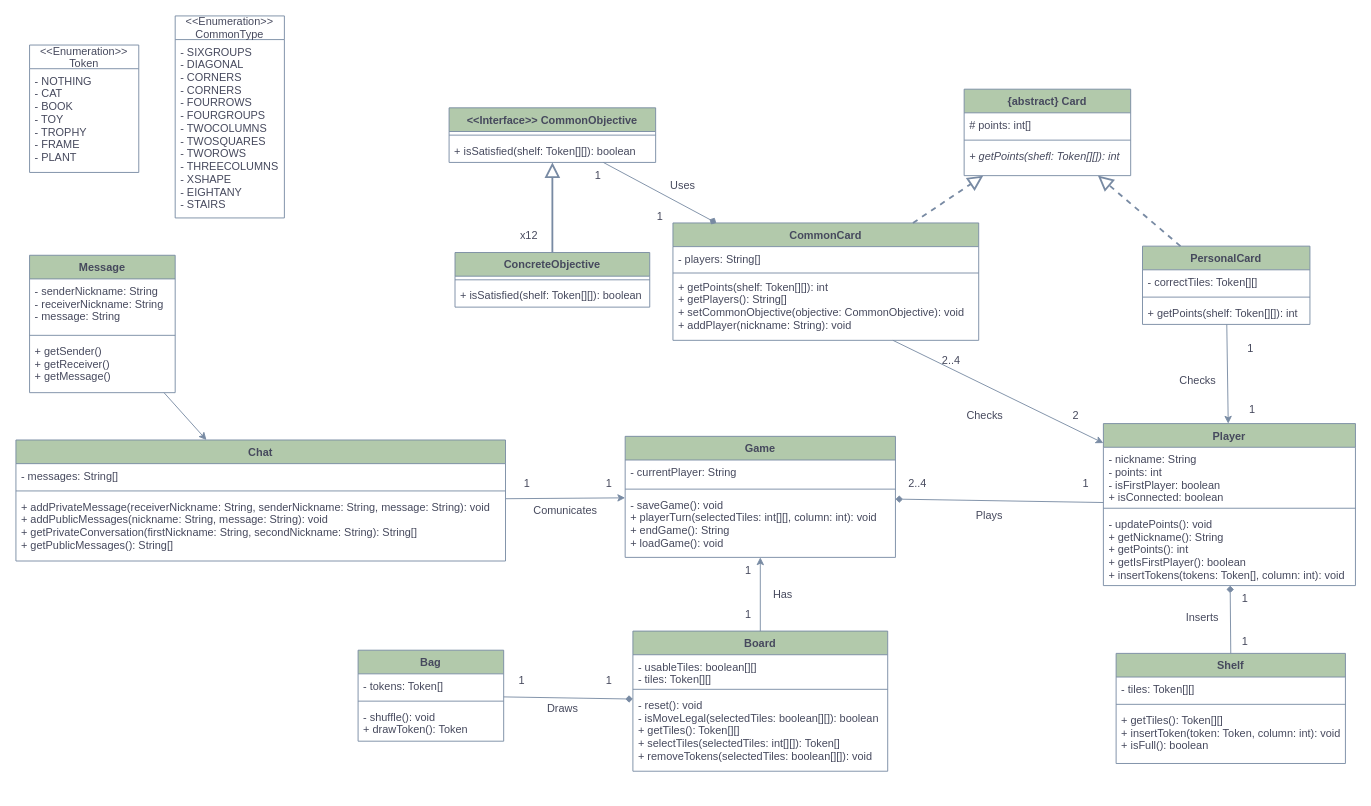
Above: class_diagram.drawio in GabrieleGessaghi/ing-sw-2023-gessaghi-fontanive-giuliani-galante (draw.io), before the change. Source tidied: cells renumbered, new cells numbered last; positions are measured from the earlier drawing's top-left corner, leaving out a move shared by most shapes. Both pictures are drawn from the tidied source at 91%, with x=0, y=0 at pixel (15, 15).
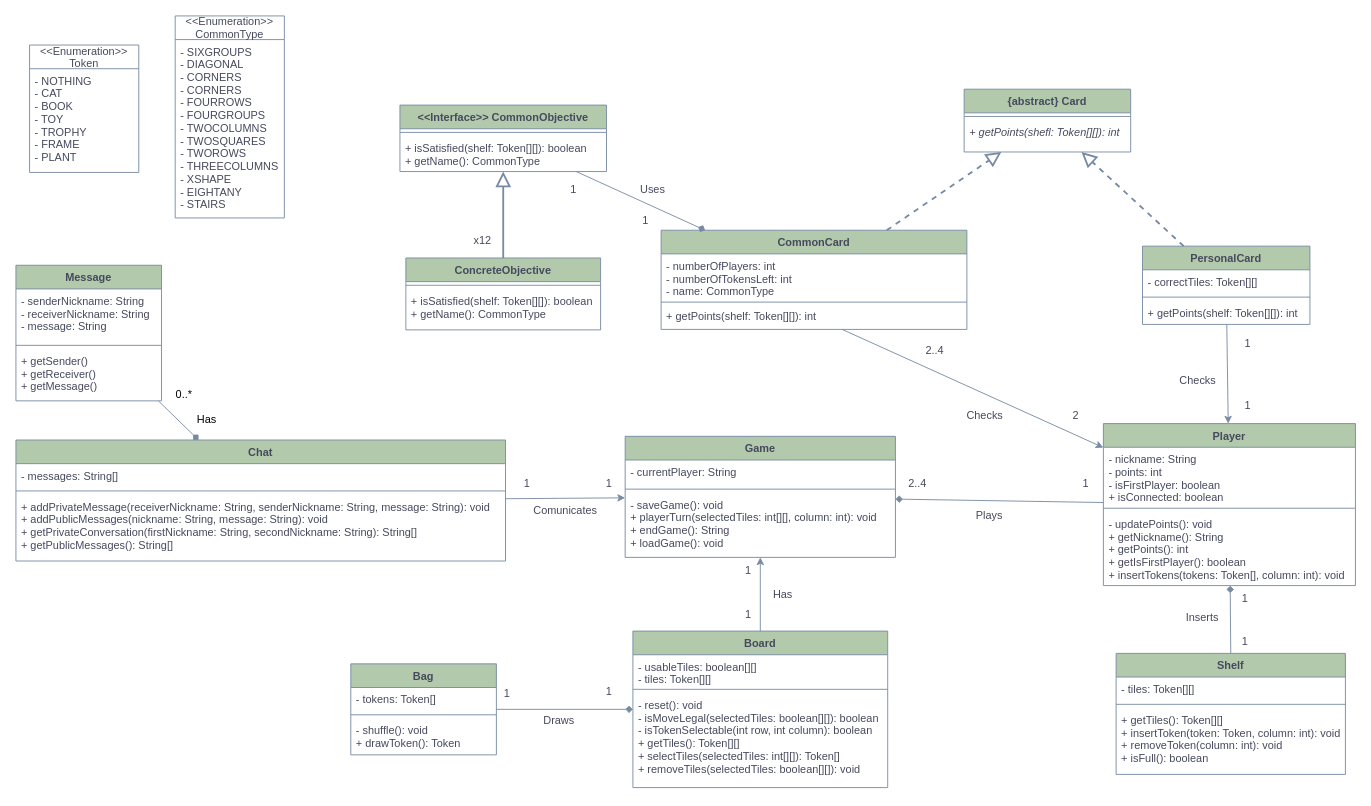
The same diagram, later.

Commit message (it also covers changes not shown here):
Updated Class Diagram

The change refers to these unchanged cells:
```xml
<mxCell id="20" value="PersonalCard" style="swimlane;fontStyle=1;align=center;verticalAlign=top;horizontal=1;startSize=26;labelBackgroundColor=none;fillColor=#B2C9AB;strokeColor=#788AA3;fontColor=#46495D;" parent="1" vertex="1">
  <mxGeometry x="1238" y="253" width="184" height="86" as="geometry" />
</mxCell>
<mxCell id="75" value="Chat" style="swimlane;fontStyle=1;align=center;verticalAlign=top;horizontal=1;startSize=26;strokeColor=#788AA3;fontColor=#46495D;fillColor=#B2C9AB;labelBackgroundColor=none;" parent="1" vertex="1">
  <mxGeometry y="466" width="538" height="133" as="geometry" />
</mxCell>
```

What changed in the source:
```diff
@@
     <mxCell id="6" value="Shelf" style="swimlane;fontStyle=1;align=center;verticalAlign=top;horizontal=1;startSize=26;labelBackgroundColor=none;fillColor=#B2C9AB;strokeColor=#788AA3;fontColor=#46495D;" parent="1" vertex="1">
-      <mxGeometry x="1209" y="700.5" width="252" height="121" as="geometry" />
+      <mxGeometry x="1209" y="700.5" width="252" height="133" as="geometry" />
     </mxCell>
@@
-    <mxCell id="9" value="+ getTiles(): Token[][]&#10;+ insertToken(token: Token, column: int): void&#10;+ isFull(): boolean" style="text;strokeColor=none;fillColor=none;align=left;verticalAlign=top;spacingLeft=4;spacingRight=4;overflow=hidden;labelBackgroundColor=none;fontColor=#46495D;" parent="6" vertex="1">
-      <mxGeometry y="60" width="252" height="61" as="geometry" />
+    <mxCell id="9" value="+ getTiles(): Token[][]&#10;+ insertToken(token: Token, column: int): void&#10;+ removeToken(column: int): void&#10;+ isFull(): boolean" style="text;strokeColor=none;fillColor=none;align=left;verticalAlign=top;spacingLeft=4;spacingRight=4;overflow=hidden;labelBackgroundColor=none;fontColor=#46495D;" parent="6" vertex="1">
+      <mxGeometry y="60" width="252" height="73" as="geometry" />
     </mxCell>
@@
     <mxCell id="12" value="Bag" style="swimlane;fontStyle=1;align=center;verticalAlign=top;horizontal=1;startSize=26;labelBackgroundColor=none;fillColor=#B2C9AB;strokeColor=#788AA3;fontColor=#46495D;" parent="1" vertex="1">
-      <mxGeometry x="376" y="697" width="160" height="100" as="geometry" />
+      <mxGeometry x="368" y="712" width="160" height="100" as="geometry" />
     </mxCell>
@@
     <mxCell id="16" value="Board" style="swimlane;fontStyle=1;align=center;verticalAlign=top;horizontal=1;startSize=26;labelBackgroundColor=none;fillColor=#B2C9AB;strokeColor=#788AA3;fontColor=#46495D;" parent="1" vertex="1">
-      <mxGeometry x="678" y="676" width="280" height="154" as="geometry" />
+      <mxGeometry x="678" y="676" width="280" height="172" as="geometry" />
     </mxCell>
@@
-    <mxCell id="19" value="- reset(): void&#10;- isMoveLegal(selectedTiles: boolean[][]): boolean&#10;+ getTiles(): Token[][]&#10;+ selectTiles(selectedTiles: int[][]): Token[]&#10;+ removeTokens(selectedTiles: boolean[][]): void" style="text;strokeColor=none;fillColor=none;align=left;verticalAlign=top;spacingLeft=4;spacingRight=4;overflow=hidden;labelBackgroundColor=none;fontColor=#46495D;" parent="16" vertex="1">
-      <mxGeometry y="68" width="280" height="86" as="geometry" />
+    <mxCell id="19" value="- reset(): void&#10;- isMoveLegal(selectedTiles: boolean[][]): boolean&#10;- isTokenSelectable(int row, int column): boolean&#10;+ getTiles(): Token[][]&#10;+ selectTiles(selectedTiles: int[][]): Token[]&#10;+ removeTiles(selectedTiles: boolean[][]): void" style="text;strokeColor=none;fillColor=none;align=left;verticalAlign=top;spacingLeft=4;spacingRight=4;overflow=hidden;labelBackgroundColor=none;fontColor=#46495D;" parent="16" vertex="1">
+      <mxGeometry y="68" width="280" height="104" as="geometry" />
     </mxCell>
@@
-    <mxCell id="21" value="- correctTiles: Token[][]&#10;" style="text;strokeColor=none;fillColor=none;align=left;verticalAlign=top;spacingLeft=4;spacingRight=4;overflow=hidden;labelBackgroundColor=none;fontColor=#46495D;" parent="20" vertex="1">
+    <mxCell id="21" value="- correctTiles: Token[][]" style="text;strokeColor=none;fillColor=none;align=left;verticalAlign=top;spacingLeft=4;spacingRight=4;overflow=hidden;labelBackgroundColor=none;fontColor=#46495D;" parent="20" vertex="1">
       <mxGeometry y="26" width="184" height="26" as="geometry" />
     </mxCell>
@@
     <mxCell id="24" value="CommonCard" style="swimlane;fontStyle=1;align=center;verticalAlign=top;horizontal=1;startSize=26;labelBackgroundColor=none;fillColor=#B2C9AB;strokeColor=#788AA3;fontColor=#46495D;" parent="1" vertex="1">
-      <mxGeometry x="722" y="227.5" width="336" height="129" as="geometry" />
+      <mxGeometry x="709" y="235.5" width="336" height="109" as="geometry" />
     </mxCell>
-    <mxCell id="25" value="- players: String[]" style="text;strokeColor=none;fillColor=none;align=left;verticalAlign=top;spacingLeft=4;spacingRight=4;overflow=hidden;labelBackgroundColor=none;fontColor=#46495D;" parent="24" vertex="1">
-      <mxGeometry y="26" width="336" height="27" as="geometry" />
+    <mxCell id="25" value="- numberOfPlayers: int&#10;- numberOfTokensLeft: int&#10;- name: CommonType" style="text;strokeColor=none;fillColor=none;align=left;verticalAlign=top;spacingLeft=4;spacingRight=4;overflow=hidden;labelBackgroundColor=none;fontColor=#46495D;" parent="24" vertex="1">
+      <mxGeometry y="26" width="336" height="51" as="geometry" />
     </mxCell>
     <mxCell id="26" style="line;strokeWidth=1;fillColor=none;align=left;verticalAlign=middle;spacingTop=-1;spacingLeft=3;spacingRight=3;labelPosition=right;labelBackgroundColor=none;strokeColor=#788AA3;fontColor=#46495D;" parent="24" vertex="1">
-      <mxGeometry y="53" width="336" height="4" as="geometry" />
+      <mxGeometry y="77" width="336" height="4" as="geometry" />
     </mxCell>
-    <mxCell id="27" value="+ getPoints(shelf: Token[][]): int&#10;+ getPlayers(): String[]&#10;+ setCommonObjective(objective: CommonObjective): void&#10;+ addPlayer(nickname: String): void&#10;" style="text;strokeColor=none;fillColor=none;align=left;verticalAlign=top;spacingLeft=4;spacingRight=4;overflow=hidden;points=[[0,0.5],[1,0.5]];portConstraint=eastwest;labelBackgroundColor=none;fontColor=#46495D;" parent="24" vertex="1">
-      <mxGeometry y="57" width="336" height="72" as="geometry" />
+    <mxCell id="27" value="+ getPoints(shelf: Token[][]): int&#10;" style="text;strokeColor=none;fillColor=none;align=left;verticalAlign=top;spacingLeft=4;spacingRight=4;overflow=hidden;points=[[0,0.5],[1,0.5]];portConstraint=eastwest;labelBackgroundColor=none;fontColor=#46495D;" parent="24" vertex="1">
+      <mxGeometry y="81" width="336" height="28" as="geometry" />
     </mxCell>
@@
     <mxCell id="37" value="1" style="text;html=1;strokeColor=none;fillColor=none;align=center;verticalAlign=middle;whiteSpace=wrap;rounded=0;labelBackgroundColor=none;fontColor=#46495D;" parent="1" vertex="1">
-      <mxGeometry x="526" y="716" width="60" height="30" as="geometry" />
+      <mxGeometry x="510" y="730" width="60" height="30" as="geometry" />
     </mxCell>
     <mxCell id="38" value="1" style="text;html=1;strokeColor=none;fillColor=none;align=center;verticalAlign=middle;whiteSpace=wrap;rounded=0;labelBackgroundColor=none;fontColor=#46495D;" parent="1" vertex="1">
-      <mxGeometry x="622" y="716" width="60" height="30" as="geometry" />
+      <mxGeometry x="622" y="728" width="60" height="30" as="geometry" />
     </mxCell>
     <mxCell id="39" value="Draws" style="text;html=1;strokeColor=none;fillColor=none;align=center;verticalAlign=middle;whiteSpace=wrap;rounded=0;labelBackgroundColor=none;fontColor=#46495D;" parent="1" vertex="1">
-      <mxGeometry x="571" y="746" width="60" height="30" as="geometry" />
+      <mxGeometry x="567" y="760" width="60" height="30" as="geometry" />
     </mxCell>
@@
     <mxCell id="51" value="2..4" style="text;html=1;strokeColor=none;fillColor=none;align=center;verticalAlign=middle;whiteSpace=wrap;rounded=0;labelBackgroundColor=none;fontColor=#46495D;" parent="1" vertex="1">
-      <mxGeometry x="998" y="364" width="60" height="30" as="geometry" />
+      <mxGeometry x="980" y="353" width="60" height="30" as="geometry" />
     </mxCell>
@@
     <mxCell id="54" value="1" style="text;html=1;strokeColor=none;fillColor=none;align=center;verticalAlign=middle;whiteSpace=wrap;rounded=0;labelBackgroundColor=none;fontColor=#46495D;" parent="1" vertex="1">
-      <mxGeometry x="1329" y="418" width="60" height="30" as="geometry" />
+      <mxGeometry x="1324" y="413" width="60" height="30" as="geometry" />
     </mxCell>
     <mxCell id="55" value="1" style="text;html=1;strokeColor=none;fillColor=none;align=center;verticalAlign=middle;whiteSpace=wrap;rounded=0;labelBackgroundColor=none;fontColor=#46495D;" parent="1" vertex="1">
-      <mxGeometry x="1327" y="351" width="60" height="30" as="geometry" />
+      <mxGeometry x="1324" y="344.5" width="60" height="30" as="geometry" />
     </mxCell>
     <mxCell id="56" value="{abstract} Card" style="swimlane;fontStyle=1;align=center;verticalAlign=top;horizontal=1;startSize=26;strokeColor=#788AA3;fontColor=#46495D;fillColor=#B2C9AB;labelBackgroundColor=none;" parent="1" vertex="1">
-      <mxGeometry x="1042" y="80.5" width="183" height="95" as="geometry" />
+      <mxGeometry x="1042" y="80.5" width="183" height="69" as="geometry" />
     </mxCell>
-    <mxCell id="57" value="# points: int[]" style="text;strokeColor=none;fillColor=none;align=left;verticalAlign=top;spacingLeft=4;spacingRight=4;overflow=hidden;fontColor=#46495D;labelBackgroundColor=none;" parent="56" vertex="1">
-      <mxGeometry y="26" width="183" height="26" as="geometry" />
-    </mxCell>
     <mxCell id="58" style="line;strokeWidth=1;fillColor=none;align=left;verticalAlign=middle;spacingTop=-1;spacingLeft=3;spacingRight=3;labelPosition=right;strokeColor=#788AA3;fontColor=#46495D;labelBackgroundColor=none;" parent="56" vertex="1">
-      <mxGeometry y="52" width="183" height="8" as="geometry" />
+      <mxGeometry y="26" width="183" height="8" as="geometry" />
     </mxCell>
     <mxCell id="59" value="+ getPoints(shefl: Token[][]): int" style="text;strokeColor=none;fillColor=none;align=left;verticalAlign=top;spacingLeft=4;spacingRight=4;overflow=hidden;fontColor=#46495D;fontStyle=2;labelBackgroundColor=none;" parent="56" vertex="1">
-      <mxGeometry y="60" width="183" height="35" as="geometry" />
+      <mxGeometry y="34" width="183" height="35" as="geometry" />
     </mxCell>
@@
     <mxCell id="63" value="&lt;&lt;Interface&gt;&gt; CommonObjective" style="swimlane;fontStyle=1;align=center;verticalAlign=top;horizontal=1;startSize=26;labelBackgroundColor=none;fillStyle=auto;strokeColor=#788AA3;fontColor=#46495D;fillColor=#B2C9AB;" parent="1" vertex="1">
-      <mxGeometry x="476" y="101" width="227" height="60" as="geometry" />
+      <mxGeometry x="422" y="98" width="227" height="73" as="geometry" />
     </mxCell>
@@
-    <mxCell id="65" value="+ isSatisfied(shelf: Token[][]): boolean" style="text;strokeColor=none;fillColor=none;align=left;verticalAlign=top;spacingLeft=4;spacingRight=4;overflow=hidden;labelBackgroundColor=none;fillStyle=auto;fontColor=#46495D;" parent="63" vertex="1">
-      <mxGeometry y="34" width="227" height="26" as="geometry" />
+    <mxCell id="65" value="+ isSatisfied(shelf: Token[][]): boolean&#10;+ getName(): CommonType" style="text;strokeColor=none;fillColor=none;align=left;verticalAlign=top;spacingLeft=4;spacingRight=4;overflow=hidden;labelBackgroundColor=none;fillStyle=auto;fontColor=#46495D;" parent="63" vertex="1">
+      <mxGeometry y="34" width="227" height="39" as="geometry" />
     </mxCell>
@@
     <mxCell id="68" value="ConcreteObjective" style="swimlane;fontStyle=1;align=center;verticalAlign=top;horizontal=1;startSize=26;labelBackgroundColor=none;fillColor=#B2C9AB;strokeColor=#788AA3;fontColor=#46495D;" parent="1" vertex="1">
-      <mxGeometry x="482.5" y="260" width="214" height="60" as="geometry" />
+      <mxGeometry x="428.5" y="266" width="214" height="79" as="geometry" />
     </mxCell>
@@
-    <mxCell id="70" value="+ isSatisfied(shelf: Token[][]): boolean" style="text;strokeColor=none;fillColor=none;align=left;verticalAlign=top;spacingLeft=4;spacingRight=4;overflow=hidden;labelBackgroundColor=none;fontColor=#46495D;" parent="68" vertex="1">
-      <mxGeometry y="34" width="214" height="26" as="geometry" />
+    <mxCell id="70" value="+ isSatisfied(shelf: Token[][]): boolean&#10;+ getName(): CommonType" style="text;strokeColor=none;fillColor=none;align=left;verticalAlign=top;spacingLeft=4;spacingRight=4;overflow=hidden;labelBackgroundColor=none;fontColor=#46495D;" parent="68" vertex="1">
+      <mxGeometry y="34" width="214" height="45" as="geometry" />
     </mxCell>
     <mxCell id="71" value="x12" style="text;html=1;strokeColor=none;fillColor=none;align=center;verticalAlign=middle;whiteSpace=wrap;rounded=0;fontColor=#46495D;labelBackgroundColor=none;" parent="1" vertex="1">
-      <mxGeometry x="534" y="227" width="60" height="30" as="geometry" />
+      <mxGeometry x="483" y="232" width="60" height="30" as="geometry" />
     </mxCell>
     <mxCell id="72" value="Uses" style="text;html=1;strokeColor=none;fillColor=none;align=center;verticalAlign=middle;whiteSpace=wrap;rounded=0;fontColor=#46495D;labelBackgroundColor=none;" parent="1" vertex="1">
-      <mxGeometry x="703" y="172" width="60" height="30" as="geometry" />
+      <mxGeometry x="669.5" y="175.5" width="60" height="30" as="geometry" />
     </mxCell>
     <mxCell id="73" value="1" style="text;html=1;strokeColor=none;fillColor=none;align=center;verticalAlign=middle;whiteSpace=wrap;rounded=0;fontColor=#46495D;labelBackgroundColor=none;" parent="1" vertex="1">
-      <mxGeometry x="678" y="205.5" width="60" height="30" as="geometry" />
+      <mxGeometry x="662" y="210" width="60" height="30" as="geometry" />
     </mxCell>
     <mxCell id="74" value="1" style="text;html=1;strokeColor=none;fillColor=none;align=center;verticalAlign=middle;whiteSpace=wrap;rounded=0;fontColor=#46495D;labelBackgroundColor=none;" parent="1" vertex="1">
-      <mxGeometry x="609.5" y="161" width="60" height="30" as="geometry" />
+      <mxGeometry x="582.5" y="175.5" width="60" height="30" as="geometry" />
     </mxCell>
@@
     <mxCell id="83" value="Message" style="swimlane;fontStyle=1;align=center;verticalAlign=top;horizontal=1;startSize=26;labelBackgroundColor=none;fillColor=#B2C9AB;strokeColor=#788AA3;fontColor=#46495D;" parent="1" vertex="1">
-      <mxGeometry x="15" y="263" width="160" height="151" as="geometry" />
+      <mxGeometry y="274" width="160" height="149" as="geometry" />
     </mxCell>
@@
     <mxCell id="86" value="+ getSender()&#10;+ getReceiver()&#10;+ getMessage()" style="text;strokeColor=none;fillColor=none;align=left;verticalAlign=top;spacingLeft=4;spacingRight=4;overflow=hidden;labelBackgroundColor=none;fontColor=#46495D;" parent="83" vertex="1">
-      <mxGeometry y="92" width="160" height="59" as="geometry" />
+      <mxGeometry y="92" width="160" height="57" as="geometry" />
     </mxCell>
-    <mxCell id="87" style="endArrow=classic;html=1;rounded=0;strokeColor=#788AA3;fontColor=#46495D;fillColor=#B2C9AB;" parent="1" edge="1" source="83" target="75">
+    <mxCell id="87" style="endArrow=diamond;html=1;rounded=0;strokeColor=#788AA3;fontColor=#46495D;fillColor=#B2C9AB;endFill=1;" parent="1" edge="1" source="83" target="75">
       <mxGeometry relative="1" as="geometry" />
     </mxCell>
@@
+    <mxCell id="90" value="Has" style="text;html=1;strokeColor=none;fillColor=none;align=center;verticalAlign=middle;whiteSpace=wrap;rounded=0;" parent="1" vertex="1">
+      <mxGeometry x="180" y="429" width="60" height="30" as="geometry" />
+    </mxCell>
+    <mxCell id="91" value="0..*" style="text;html=1;strokeColor=none;fillColor=none;align=center;verticalAlign=middle;whiteSpace=wrap;rounded=0;" parent="1" vertex="1">
+      <mxGeometry x="155" y="401" width="60" height="30" as="geometry" />
+    </mxCell>
```
